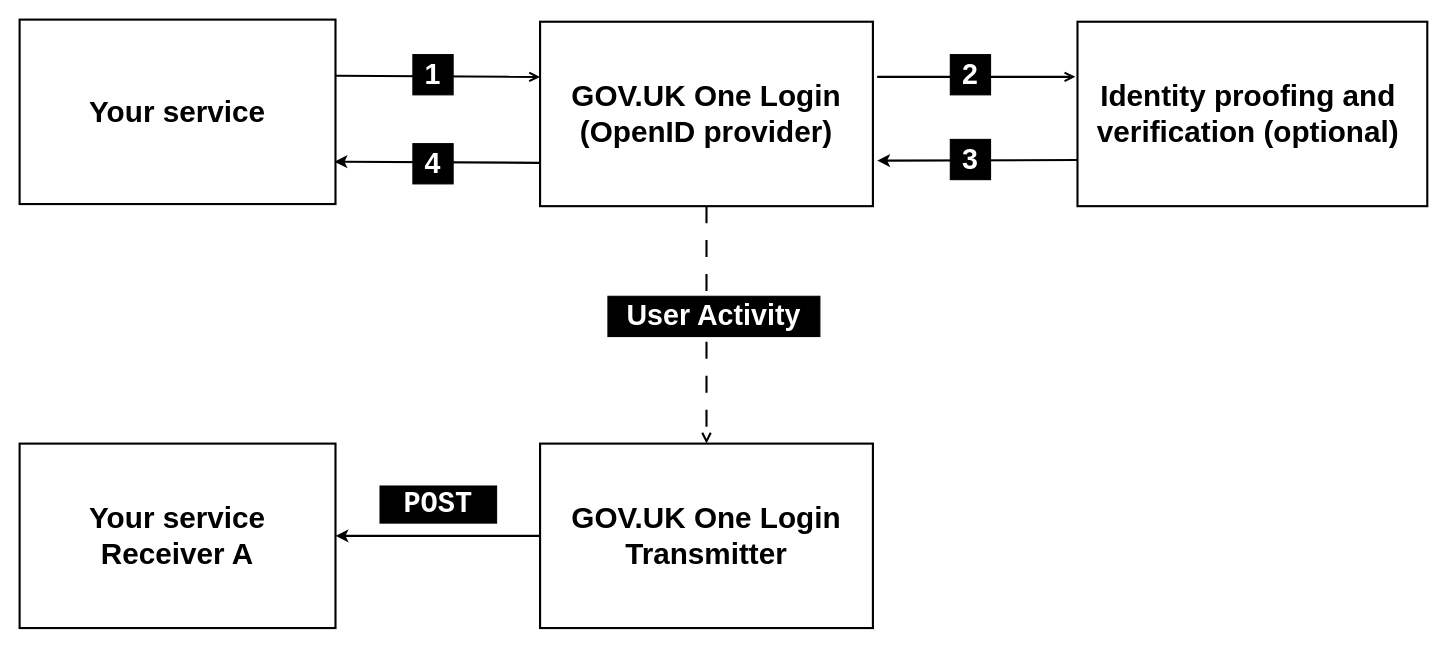
This is source/images/originals/signal-exhange-overview.drawio from govuk-one-login/tech-docs, a draw.io file, before an edit. Source tidied: cells renumbered, new cells numbered last; positions are measured from the earlier drawing's top-left corner, leaving out a move shared by most shapes. Both pictures are drawn from the tidied source at 106%, with x=0, y=0 at pixel (19, 19).
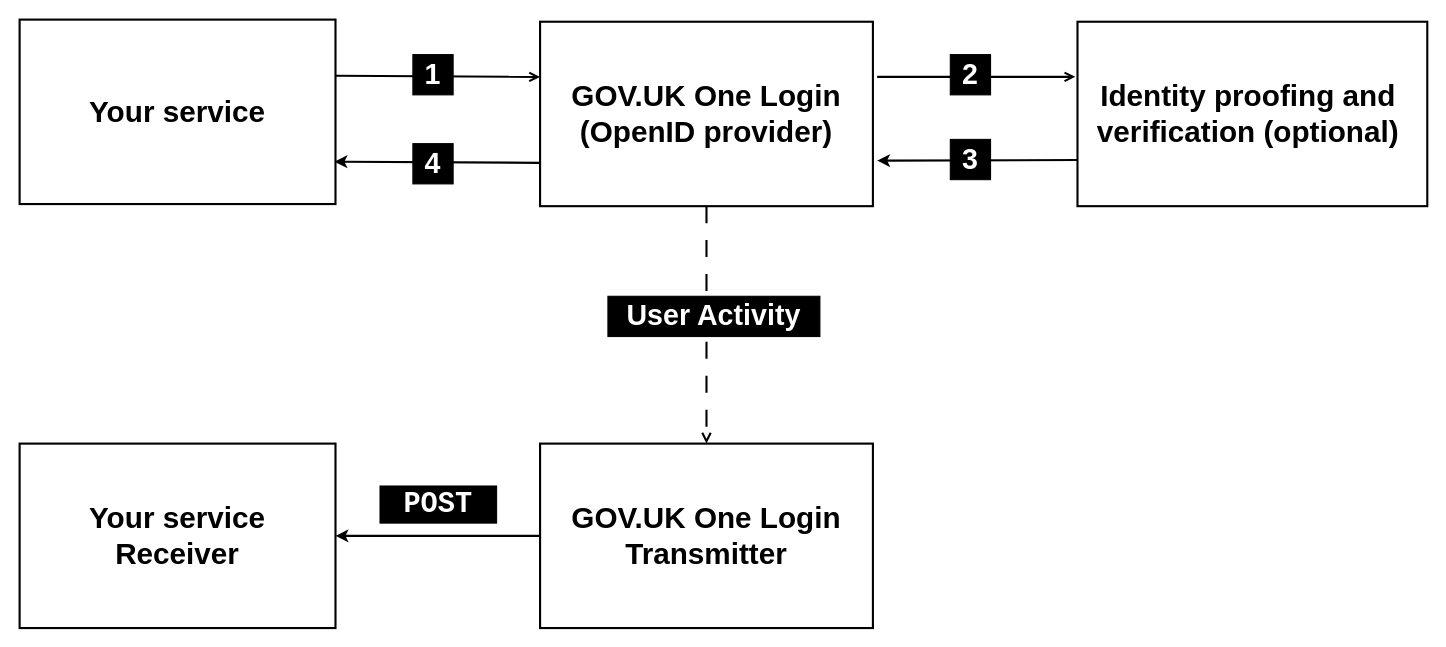
Above is the later version.

What changed in the source:
```diff
@@
-    <mxCell id="16" value="Your service&lt;div&gt;Receiver A&lt;/div&gt;" style="rounded=0;whiteSpace=wrap;html=1;fillColor=none;strokeWidth=2;fontSize=28;fontStyle=1;" parent="1" vertex="1">
+    <mxCell id="16" value="Your service&lt;div&gt;Receiver&lt;/div&gt;" style="rounded=0;whiteSpace=wrap;html=1;fillColor=none;strokeWidth=2;fontSize=28;fontStyle=1;" parent="1" vertex="1">
       <mxGeometry y="400" width="298" height="174" as="geometry" />
     </mxCell>
```
